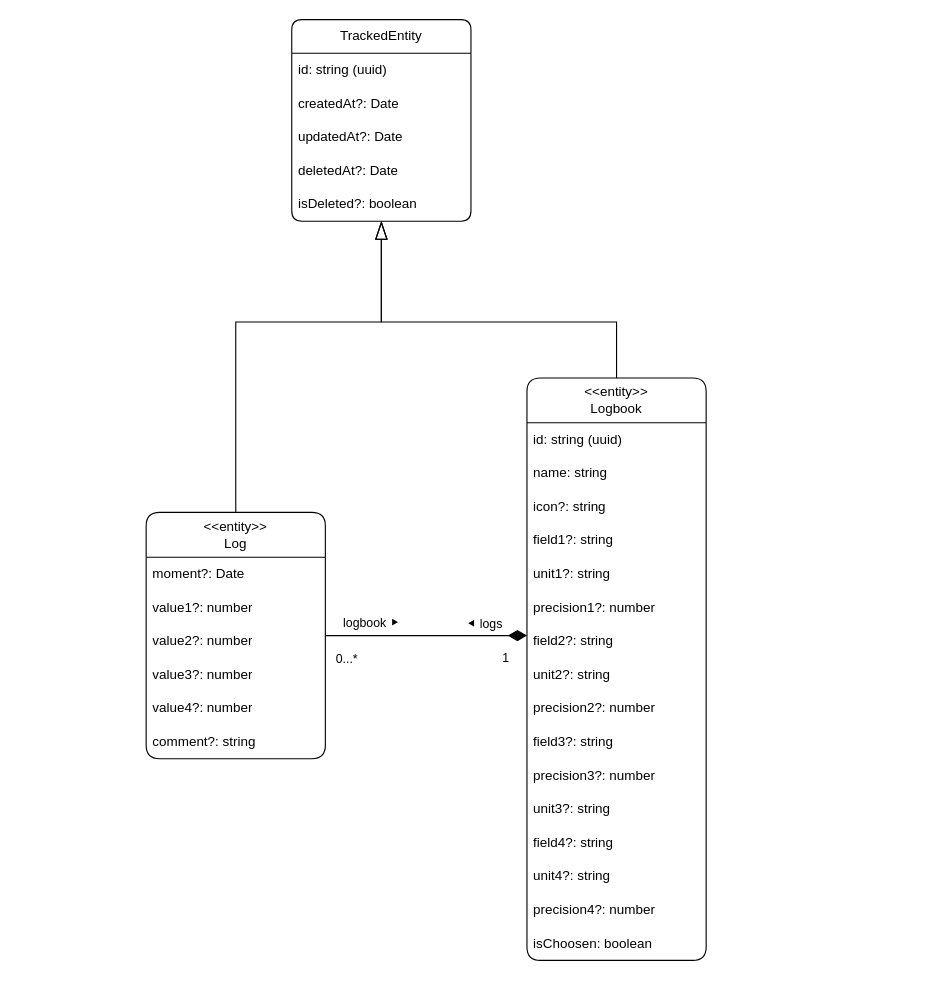
The draw.io diagram page "info-design-model-diagram" (1 of 5) of doc/mediko-diagrams.drawio in rafalhogent/mediko, before the edit. Source tidied: cells renumbered, new cells numbered last; positions are measured from the earlier drawing's top-left corner, leaving out a move shared by most shapes. Both pictures are drawn from the tidied source at 112%, with x=0, y=0 at pixel (146, 19).
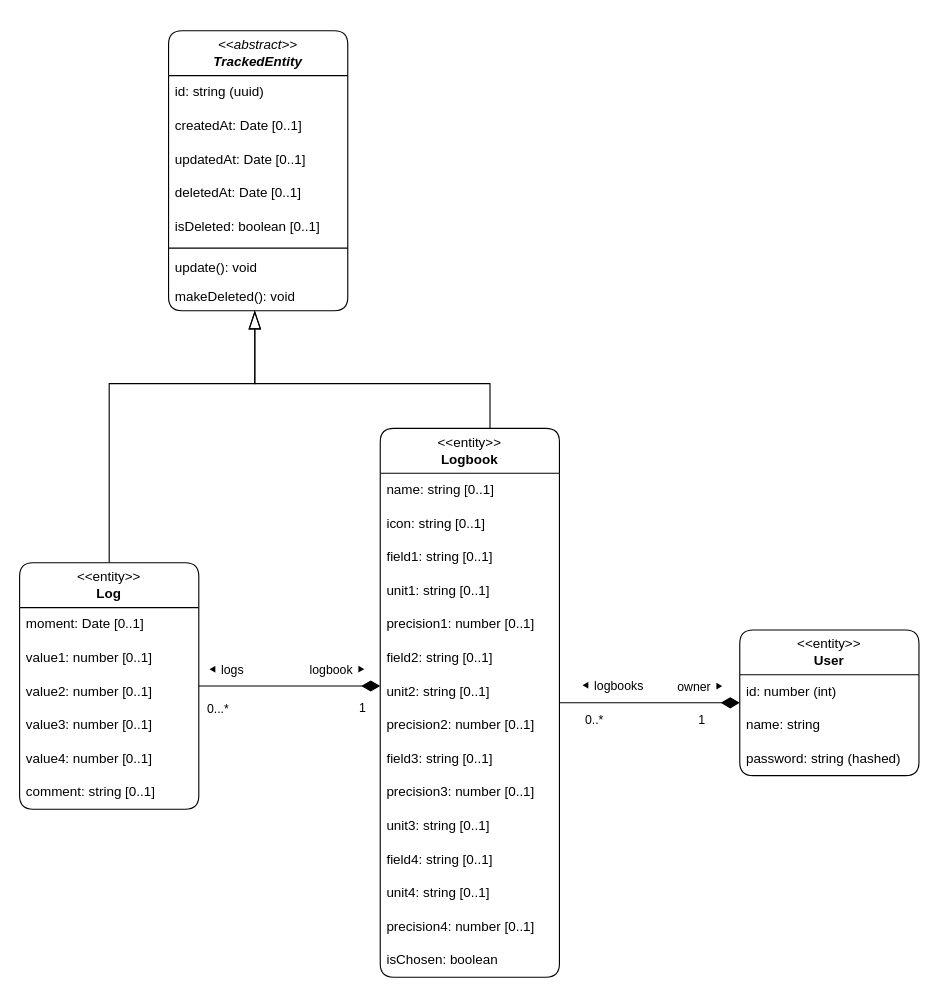
The same diagram, later.

What changed in the source:
```diff
@@
     <mxCell id="2" style="edgeStyle=orthogonalEdgeStyle;rounded=0;jettySize=auto;html=1;startArrow=diamondThin;startFill=1;endArrow=none;endFill=0;endSize=14;startSize=14;jumpStyle=arc;curved=0;" parent="1" edge="1" source="8" target="26">
       <mxGeometry relative="1" as="geometry">
         <Array as="points">
-          <mxPoint x="280" y="550" />
-          <mxPoint x="280" y="550" />
+          <mxPoint x="167" y="595" />
+          <mxPoint x="167" y="595" />
         </Array>
       </mxGeometry>
     </mxCell>
@@
     <mxCell id="5" value="logbook ⯈" style="edgeLabel;html=1;align=center;verticalAlign=middle;" parent="2" vertex="1">
       <mxGeometry x="0.56" y="-3" relative="1" as="geometry">
-        <mxPoint y="-9" as="offset" />
+        <mxPoint x="87" y="-12" as="offset" />
       </mxGeometry>
     </mxCell>
     <mxCell id="6" value="⯇ logs" style="edgeLabel;html=1;align=center;verticalAlign=middle;" parent="2" vertex="1">
       <mxGeometry x="-0.49" y="-2" relative="1" as="geometry">
-        <mxPoint x="7" y="-9" as="offset" />
+        <mxPoint x="-98" y="-13" as="offset" />
       </mxGeometry>
     </mxCell>
     <mxCell id="7" style="edgeStyle=orthogonalEdgeStyle;shape=connector;rounded=0;jumpStyle=arc;jettySize=auto;html=1;strokeColor=default;align=center;verticalAlign=middle;fontFamily=Helvetica;fontSize=11;fontColor=default;labelBackgroundColor=default;startArrow=blockThin;startFill=0;startSize=14;endArrow=none;endFill=0;endSize=14;curved=0;" parent="1" edge="1" source="33" target="8">
       <mxGeometry relative="1" as="geometry">
         <Array as="points">
-          <mxPoint x="210" y="270" />
-          <mxPoint x="420" y="270" />
+          <mxPoint x="97" y="325" />
+          <mxPoint x="307" y="325" />
         </Array>
       </mxGeometry>
     </mxCell>
+    <mxCell id="39" style="edgeStyle=orthogonalEdgeStyle;rounded=0;jettySize=auto;html=1;strokeColor=default;align=center;verticalAlign=middle;fontFamily=Helvetica;fontSize=11;fontColor=default;labelBackgroundColor=default;jumpStyle=arc;startArrow=diamondThin;startFill=1;startSize=14;endArrow=none;endFill=0;endSize=14;curved=0;" parent="1" edge="1" source="47" target="8">
+      <mxGeometry relative="1" as="geometry" />
+    </mxCell>
+    <mxCell id="40" value="⯇ logbooks" style="edgeLabel;html=1;align=center;verticalAlign=middle;" parent="39" vertex="1">
+      <mxGeometry x="-0.45" y="1" relative="1" as="geometry">
+        <mxPoint x="-71" y="-17" as="offset" />
+      </mxGeometry>
+    </mxCell>
+    <mxCell id="41" value="owner ⯈" style="edgeLabel;html=1;align=center;verticalAlign=middle;" parent="39" vertex="1">
+      <mxGeometry x="0.6" y="-1" relative="1" as="geometry">
+        <mxPoint x="93" y="-14" as="offset" />
+      </mxGeometry>
+    </mxCell>
+    <mxCell id="42" value="0..*" style="edgeLabel;html=1;align=center;verticalAlign=middle;" parent="39" vertex="1">
+      <mxGeometry x="0.63" relative="1" as="geometry">
+        <mxPoint y="14" as="offset" />
+      </mxGeometry>
+    </mxCell>
+    <mxCell id="43" value="1" style="edgeLabel;html=1;align=center;verticalAlign=middle;" parent="39" vertex="1">
+      <mxGeometry x="-0.57" relative="1" as="geometry">
+        <mxPoint y="14" as="offset" />
+      </mxGeometry>
+    </mxCell>
-    <mxCell id="8" value="&amp;lt;&amp;lt;entity&amp;gt;&amp;gt;&lt;br&gt;Logbook" style="swimlane;fontStyle=0;horizontal=1;startSize=40;whiteSpace=wrap;html=1;arcSize=10;comic=0;rounded=1;swimlaneLine=1;portConstraintRotation=0;" parent="1" vertex="1">
-      <mxGeometry x="340" y="320" width="160" height="520" as="geometry" />
+    <mxCell id="8" value="&amp;lt;&amp;lt;entity&amp;gt;&amp;gt;&lt;br&gt;&lt;b&gt;Logbook&lt;/b&gt;" style="swimlane;fontStyle=0;horizontal=1;startSize=40;whiteSpace=wrap;html=1;arcSize=10;comic=0;rounded=1;swimlaneLine=1;portConstraintRotation=0;" parent="1" vertex="1">
+      <mxGeometry x="209" y="365" width="160" height="490" as="geometry" />
     </mxCell>
-    <mxCell id="9" value="id: string (uuid)" style="text;strokeColor=none;fillColor=none;align=left;verticalAlign=middle;spacingLeft=4;spacingRight=4;overflow=hidden;whiteSpace=wrap;html=1;" parent="8" vertex="1">
-      <mxGeometry y="40" width="160" height="30" as="geometry" />
-    </mxCell>
-    <mxCell id="10" value="name: string" style="text;strokeColor=none;fillColor=none;align=left;verticalAlign=middle;spacingLeft=4;spacingRight=4;overflow=hidden;whiteSpace=wrap;html=1;" parent="8" vertex="1">
-      <mxGeometry y="70" width="160" height="30" as="geometry" />
+    <mxCell id="10" value="name: string [0..1]" style="text;strokeColor=none;fillColor=none;align=left;verticalAlign=middle;spacingLeft=4;spacingRight=4;overflow=hidden;whiteSpace=wrap;html=1;" parent="8" vertex="1">
+      <mxGeometry y="40" width="160" height="30" as="geometry" />
     </mxCell>
-    <mxCell id="11" value="icon?: string" style="text;strokeColor=none;fillColor=none;align=left;verticalAlign=middle;spacingLeft=4;spacingRight=4;overflow=hidden;whiteSpace=wrap;html=1;" parent="8" vertex="1">
-      <mxGeometry y="100" width="160" height="30" as="geometry" />
+    <mxCell id="11" value="icon: string [0..1]" style="text;strokeColor=none;fillColor=none;align=left;verticalAlign=middle;spacingLeft=4;spacingRight=4;overflow=hidden;whiteSpace=wrap;html=1;" parent="8" vertex="1">
+      <mxGeometry y="70" width="160" height="30" as="geometry" />
     </mxCell>
-    <mxCell id="12" value="field1?: string" style="text;strokeColor=none;fillColor=none;align=left;verticalAlign=middle;spacingLeft=4;spacingRight=4;overflow=hidden;whiteSpace=wrap;html=1;" parent="8" vertex="1">
-      <mxGeometry y="130" width="160" height="30" as="geometry" />
+    <mxCell id="12" value="field1: string [0..1]" style="text;strokeColor=none;fillColor=none;align=left;verticalAlign=middle;spacingLeft=4;spacingRight=4;overflow=hidden;whiteSpace=wrap;html=1;" parent="8" vertex="1">
+      <mxGeometry y="100" width="160" height="30" as="geometry" />
     </mxCell>
-    <mxCell id="13" value="unit1?: string" style="text;strokeColor=none;fillColor=none;align=left;verticalAlign=middle;spacingLeft=4;spacingRight=4;overflow=hidden;whiteSpace=wrap;html=1;" parent="8" vertex="1">
-      <mxGeometry y="160" width="160" height="30" as="geometry" />
+    <mxCell id="13" value="unit1: string [0..1]" style="text;strokeColor=none;fillColor=none;align=left;verticalAlign=middle;spacingLeft=4;spacingRight=4;overflow=hidden;whiteSpace=wrap;html=1;" parent="8" vertex="1">
+      <mxGeometry y="130" width="160" height="30" as="geometry" />
     </mxCell>
-    <mxCell id="14" value="precision1?: number" style="text;strokeColor=none;fillColor=none;align=left;verticalAlign=middle;spacingLeft=4;spacingRight=4;overflow=hidden;whiteSpace=wrap;html=1;" parent="8" vertex="1">
-      <mxGeometry y="190" width="160" height="30" as="geometry" />
+    <mxCell id="14" value="precision1: number [0..1]" style="text;strokeColor=none;fillColor=none;align=left;verticalAlign=middle;spacingLeft=4;spacingRight=4;overflow=hidden;whiteSpace=wrap;html=1;" parent="8" vertex="1">
+      <mxGeometry y="160" width="160" height="30" as="geometry" />
     </mxCell>
-    <mxCell id="15" value="field2?: string" style="text;strokeColor=none;fillColor=none;align=left;verticalAlign=middle;spacingLeft=4;spacingRight=4;overflow=hidden;whiteSpace=wrap;html=1;" parent="8" vertex="1">
-      <mxGeometry y="220" width="160" height="30" as="geometry" />
+    <mxCell id="15" value="field2: string [0..1]" style="text;strokeColor=none;fillColor=none;align=left;verticalAlign=middle;spacingLeft=4;spacingRight=4;overflow=hidden;whiteSpace=wrap;html=1;" parent="8" vertex="1">
+      <mxGeometry y="190" width="160" height="30" as="geometry" />
     </mxCell>
-    <mxCell id="16" value="unit2?: string" style="text;strokeColor=none;fillColor=none;align=left;verticalAlign=middle;spacingLeft=4;spacingRight=4;overflow=hidden;whiteSpace=wrap;html=1;" parent="8" vertex="1">
-      <mxGeometry y="250" width="160" height="30" as="geometry" />
+    <mxCell id="16" value="unit2: string [0..1]" style="text;strokeColor=none;fillColor=none;align=left;verticalAlign=middle;spacingLeft=4;spacingRight=4;overflow=hidden;whiteSpace=wrap;html=1;" parent="8" vertex="1">
+      <mxGeometry y="220" width="160" height="30" as="geometry" />
     </mxCell>
-    <mxCell id="17" value="precision2?: number" style="text;strokeColor=none;fillColor=none;align=left;verticalAlign=middle;spacingLeft=4;spacingRight=4;overflow=hidden;whiteSpace=wrap;html=1;" parent="8" vertex="1">
-      <mxGeometry y="280" width="160" height="30" as="geometry" />
+    <mxCell id="17" value="precision2: number [0..1]" style="text;strokeColor=none;fillColor=none;align=left;verticalAlign=middle;spacingLeft=4;spacingRight=4;overflow=hidden;whiteSpace=wrap;html=1;" parent="8" vertex="1">
+      <mxGeometry y="250" width="160" height="30" as="geometry" />
     </mxCell>
-    <mxCell id="18" value="field3?: string" style="text;strokeColor=none;fillColor=none;align=left;verticalAlign=middle;spacingLeft=4;spacingRight=4;overflow=hidden;whiteSpace=wrap;html=1;" parent="8" vertex="1">
-      <mxGeometry y="310" width="160" height="30" as="geometry" />
+    <mxCell id="18" value="field3: string [0..1]" style="text;strokeColor=none;fillColor=none;align=left;verticalAlign=middle;spacingLeft=4;spacingRight=4;overflow=hidden;whiteSpace=wrap;html=1;" parent="8" vertex="1">
+      <mxGeometry y="280" width="160" height="30" as="geometry" />
     </mxCell>
-    <mxCell id="19" value="precision3?: number" style="text;strokeColor=none;fillColor=none;align=left;verticalAlign=middle;spacingLeft=4;spacingRight=4;overflow=hidden;whiteSpace=wrap;html=1;" parent="8" vertex="1">
-      <mxGeometry y="340" width="160" height="30" as="geometry" />
+    <mxCell id="19" value="precision3: number [0..1]" style="text;strokeColor=none;fillColor=none;align=left;verticalAlign=middle;spacingLeft=4;spacingRight=4;overflow=hidden;whiteSpace=wrap;html=1;" parent="8" vertex="1">
+      <mxGeometry y="310" width="160" height="30" as="geometry" />
     </mxCell>
-    <mxCell id="20" value="unit3?: string" style="text;strokeColor=none;fillColor=none;align=left;verticalAlign=middle;spacingLeft=4;spacingRight=4;overflow=hidden;whiteSpace=wrap;html=1;" parent="8" vertex="1">
-      <mxGeometry y="370" width="160" height="30" as="geometry" />
+    <mxCell id="20" value="unit3: string [0..1]" style="text;strokeColor=none;fillColor=none;align=left;verticalAlign=middle;spacingLeft=4;spacingRight=4;overflow=hidden;whiteSpace=wrap;html=1;" parent="8" vertex="1">
+      <mxGeometry y="340" width="160" height="30" as="geometry" />
     </mxCell>
-    <mxCell id="21" value="field4?: string" style="text;strokeColor=none;fillColor=none;align=left;verticalAlign=middle;spacingLeft=4;spacingRight=4;overflow=hidden;whiteSpace=wrap;html=1;" parent="8" vertex="1">
-      <mxGeometry y="400" width="160" height="30" as="geometry" />
+    <mxCell id="21" value="field4: string&amp;nbsp;[0..1]" style="text;strokeColor=none;fillColor=none;align=left;verticalAlign=middle;spacingLeft=4;spacingRight=4;overflow=hidden;whiteSpace=wrap;html=1;" parent="8" vertex="1">
+      <mxGeometry y="370" width="160" height="30" as="geometry" />
     </mxCell>
-    <mxCell id="22" value="unit4?: string" style="text;strokeColor=none;fillColor=none;align=left;verticalAlign=middle;spacingLeft=4;spacingRight=4;overflow=hidden;whiteSpace=wrap;html=1;" parent="8" vertex="1">
-      <mxGeometry y="430" width="160" height="30" as="geometry" />
+    <mxCell id="22" value="unit4: string [0..1]" style="text;strokeColor=none;fillColor=none;align=left;verticalAlign=middle;spacingLeft=4;spacingRight=4;overflow=hidden;whiteSpace=wrap;html=1;" parent="8" vertex="1">
+      <mxGeometry y="400" width="160" height="30" as="geometry" />
     </mxCell>
-    <mxCell id="23" value="precision4?: number" style="text;strokeColor=none;fillColor=none;align=left;verticalAlign=middle;spacingLeft=4;spacingRight=4;overflow=hidden;whiteSpace=wrap;html=1;" parent="8" vertex="1">
-      <mxGeometry y="460" width="160" height="30" as="geometry" />
+    <mxCell id="23" value="precision4: number [0..1]" style="text;strokeColor=none;fillColor=none;align=left;verticalAlign=middle;spacingLeft=4;spacingRight=4;overflow=hidden;whiteSpace=wrap;html=1;" parent="8" vertex="1">
+      <mxGeometry y="430" width="160" height="30" as="geometry" />
     </mxCell>
-    <mxCell id="24" value="isChoosen: boolean" style="text;strokeColor=none;fillColor=none;align=left;verticalAlign=middle;spacingLeft=4;spacingRight=4;overflow=hidden;whiteSpace=wrap;html=1;" parent="8" vertex="1">
-      <mxGeometry y="490" width="160" height="30" as="geometry" />
+    <mxCell id="24" value="isChosen: boolean" style="text;strokeColor=none;fillColor=none;align=left;verticalAlign=middle;spacingLeft=4;spacingRight=4;overflow=hidden;whiteSpace=wrap;html=1;" parent="8" vertex="1">
+      <mxGeometry y="460" width="160" height="30" as="geometry" />
     </mxCell>
     <mxCell id="25" style="edgeStyle=orthogonalEdgeStyle;rounded=0;jettySize=auto;html=1;strokeColor=default;align=center;verticalAlign=middle;fontFamily=Helvetica;fontSize=11;fontColor=default;labelBackgroundColor=default;startArrow=blockThin;startFill=0;startSize=14;endArrow=none;endFill=0;endSize=14;jumpStyle=arc;curved=0;" parent="1" edge="1" source="33" target="26">
       <mxGeometry relative="1" as="geometry">
         <Array as="points">
-          <mxPoint x="210" y="270" />
-          <mxPoint x="80" y="270" />
+          <mxPoint x="97" y="325" />
+          <mxPoint x="-33" y="325" />
         </Array>
       </mxGeometry>
     </mxCell>
-    <mxCell id="26" value="&amp;lt;&amp;lt;entity&amp;gt;&amp;gt;&lt;br&gt;Log" style="swimlane;fontStyle=0;horizontal=1;startSize=40;whiteSpace=wrap;html=1;arcSize=10;comic=0;rounded=1;" parent="1" vertex="1">
-      <mxGeometry y="440" width="160" height="220" as="geometry" />
+    <mxCell id="26" value="&amp;lt;&amp;lt;entity&amp;gt;&amp;gt;&lt;br&gt;&lt;b&gt;Log&lt;/b&gt;" style="swimlane;fontStyle=0;horizontal=1;startSize=40;whiteSpace=wrap;html=1;arcSize=10;comic=0;rounded=1;" parent="1" vertex="1">
+      <mxGeometry x="-113" y="485" width="160" height="220" as="geometry" />
     </mxCell>
-    <mxCell id="27" value="moment?: Date" style="text;strokeColor=none;fillColor=none;align=left;verticalAlign=middle;spacingLeft=4;spacingRight=4;overflow=hidden;whiteSpace=wrap;html=1;" parent="26" vertex="1">
+    <mxCell id="27" value="moment: Date [0..1]" style="text;strokeColor=none;fillColor=none;align=left;verticalAlign=middle;spacingLeft=4;spacingRight=4;overflow=hidden;whiteSpace=wrap;html=1;" parent="26" vertex="1">
       <mxGeometry y="40" width="160" height="30" as="geometry" />
     </mxCell>
-    <mxCell id="28" value="value1?: number" style="text;strokeColor=none;fillColor=none;align=left;verticalAlign=middle;spacingLeft=4;spacingRight=4;overflow=hidden;whiteSpace=wrap;html=1;" parent="26" vertex="1">
+    <mxCell id="28" value="value1: number&amp;nbsp;[0..1]" style="text;strokeColor=none;fillColor=none;align=left;verticalAlign=middle;spacingLeft=4;spacingRight=4;overflow=hidden;whiteSpace=wrap;html=1;" parent="26" vertex="1">
       <mxGeometry y="70" width="160" height="30" as="geometry" />
     </mxCell>
-    <mxCell id="29" value="value2?: number" style="text;strokeColor=none;fillColor=none;align=left;verticalAlign=middle;spacingLeft=4;spacingRight=4;overflow=hidden;whiteSpace=wrap;html=1;" parent="26" vertex="1">
+    <mxCell id="29" value="value2: number&amp;nbsp;[0..1]" style="text;strokeColor=none;fillColor=none;align=left;verticalAlign=middle;spacingLeft=4;spacingRight=4;overflow=hidden;whiteSpace=wrap;html=1;" parent="26" vertex="1">
       <mxGeometry y="100" width="160" height="30" as="geometry" />
     </mxCell>
-    <mxCell id="30" value="value3?: number" style="text;strokeColor=none;fillColor=none;align=left;verticalAlign=middle;spacingLeft=4;spacingRight=4;overflow=hidden;whiteSpace=wrap;html=1;" parent="26" vertex="1">
+    <mxCell id="30" value="value3: number&amp;nbsp;[0..1]" style="text;strokeColor=none;fillColor=none;align=left;verticalAlign=middle;spacingLeft=4;spacingRight=4;overflow=hidden;whiteSpace=wrap;html=1;" parent="26" vertex="1">
       <mxGeometry y="130" width="160" height="30" as="geometry" />
     </mxCell>
-    <mxCell id="31" value="value4?: number" style="text;strokeColor=none;fillColor=none;align=left;verticalAlign=middle;spacingLeft=4;spacingRight=4;overflow=hidden;whiteSpace=wrap;html=1;" parent="26" vertex="1">
+    <mxCell id="31" value="value4: number&amp;nbsp;[0..1]" style="text;strokeColor=none;fillColor=none;align=left;verticalAlign=middle;spacingLeft=4;spacingRight=4;overflow=hidden;whiteSpace=wrap;html=1;" parent="26" vertex="1">
       <mxGeometry y="160" width="160" height="30" as="geometry" />
     </mxCell>
-    <mxCell id="32" value="comment?: string" style="text;strokeColor=none;fillColor=none;align=left;verticalAlign=middle;spacingLeft=4;spacingRight=4;overflow=hidden;whiteSpace=wrap;html=1;" parent="26" vertex="1">
+    <mxCell id="32" value="comment: string&amp;nbsp;[0..1]" style="text;strokeColor=none;fillColor=none;align=left;verticalAlign=middle;spacingLeft=4;spacingRight=4;overflow=hidden;whiteSpace=wrap;html=1;" parent="26" vertex="1">
       <mxGeometry y="190" width="160" height="30" as="geometry" />
     </mxCell>
-    <mxCell id="33" value="TrackedEntity" style="swimlane;fontStyle=0;horizontal=1;startSize=30;whiteSpace=wrap;html=1;arcSize=10;comic=0;rounded=1;" parent="1" vertex="1">
-      <mxGeometry x="130" width="160" height="180" as="geometry" />
+    <mxCell id="33" value="&lt;i&gt;&amp;lt;&amp;lt;abstract&amp;gt;&amp;gt;&lt;br&gt;&lt;b&gt;TrackedEntity&lt;/b&gt;&lt;/i&gt;" style="swimlane;fontStyle=0;horizontal=1;startSize=40;whiteSpace=wrap;html=1;arcSize=10;comic=0;rounded=1;" parent="1" vertex="1">
+      <mxGeometry x="20" y="10" width="160" height="250" as="geometry" />
     </mxCell>
     <mxCell id="34" value="id: string (uuid)" style="text;strokeColor=none;fillColor=none;align=left;verticalAlign=middle;spacingLeft=4;spacingRight=4;overflow=hidden;whiteSpace=wrap;html=1;" parent="33" vertex="1">
-      <mxGeometry y="30" width="160" height="30" as="geometry" />
+      <mxGeometry y="40" width="160" height="30" as="geometry" />
     </mxCell>
-    <mxCell id="35" value="createdAt?: Date" style="text;strokeColor=none;fillColor=none;align=left;verticalAlign=middle;spacingLeft=4;spacingRight=4;overflow=hidden;whiteSpace=wrap;html=1;" parent="33" vertex="1">
-      <mxGeometry y="60" width="160" height="30" as="geometry" />
+    <mxCell id="35" value="createdAt: Date [0..1]" style="text;strokeColor=none;fillColor=none;align=left;verticalAlign=middle;spacingLeft=4;spacingRight=4;overflow=hidden;whiteSpace=wrap;html=1;" parent="33" vertex="1">
+      <mxGeometry y="70" width="160" height="30" as="geometry" />
     </mxCell>
-    <mxCell id="36" value="updatedAt?: Date" style="text;strokeColor=none;fillColor=none;align=left;verticalAlign=middle;spacingLeft=4;spacingRight=4;overflow=hidden;whiteSpace=wrap;html=1;" parent="33" vertex="1">
-      <mxGeometry y="90" width="160" height="30" as="geometry" />
+    <mxCell id="36" value="updatedAt: Date [0..1]" style="text;strokeColor=none;fillColor=none;align=left;verticalAlign=middle;spacingLeft=4;spacingRight=4;overflow=hidden;whiteSpace=wrap;html=1;" parent="33" vertex="1">
+      <mxGeometry y="100" width="160" height="30" as="geometry" />
     </mxCell>
-    <mxCell id="37" value="deletedAt?: Date" style="text;strokeColor=none;fillColor=none;align=left;verticalAlign=middle;spacingLeft=4;spacingRight=4;overflow=hidden;whiteSpace=wrap;html=1;" parent="33" vertex="1">
-      <mxGeometry y="120" width="160" height="30" as="geometry" />
+    <mxCell id="37" value="deletedAt: Date [0..1]" style="text;strokeColor=none;fillColor=none;align=left;verticalAlign=middle;spacingLeft=4;spacingRight=4;overflow=hidden;whiteSpace=wrap;html=1;" parent="33" vertex="1">
+      <mxGeometry y="130" width="160" height="30" as="geometry" />
     </mxCell>
-    <mxCell id="38" value="isDeleted?: boolean" style="text;strokeColor=none;fillColor=none;align=left;verticalAlign=middle;spacingLeft=4;spacingRight=4;overflow=hidden;whiteSpace=wrap;html=1;" parent="33" vertex="1">
-      <mxGeometry y="150" width="160" height="30" as="geometry" />
+    <mxCell id="38" value="isDeleted: boolean [0..1]" style="text;strokeColor=none;fillColor=none;align=left;verticalAlign=middle;spacingLeft=4;spacingRight=4;overflow=hidden;whiteSpace=wrap;html=1;" parent="33" vertex="1">
+      <mxGeometry y="160" width="160" height="30" as="geometry" />
     </mxCell>
+    <mxCell id="44" style="line;strokeWidth=1;fillColor=none;align=left;verticalAlign=middle;spacingTop=-1;spacingLeft=3;spacingRight=3;labelPosition=right;strokeColor=inherit;" parent="33" vertex="1">
+      <mxGeometry y="190" width="160" height="8" as="geometry" />
+    </mxCell>
+    <mxCell id="45" value="update(): void" style="text;strokeColor=none;fillColor=none;align=left;verticalAlign=top;spacingLeft=4;spacingRight=4;overflow=hidden;whiteSpace=wrap;html=1;" parent="33" vertex="1">
+      <mxGeometry y="198" width="160" height="26" as="geometry" />
+    </mxCell>
+    <mxCell id="46" value="makeDeleted(): void" style="text;strokeColor=none;fillColor=none;align=left;verticalAlign=top;spacingLeft=4;spacingRight=4;overflow=hidden;whiteSpace=wrap;html=1;" parent="33" vertex="1">
+      <mxGeometry y="224" width="160" height="26" as="geometry" />
+    </mxCell>
+    <mxCell id="47" value="&amp;lt;&amp;lt;entity&amp;gt;&amp;gt;&lt;br&gt;&lt;b&gt;User&lt;/b&gt;" style="swimlane;fontStyle=0;horizontal=1;startSize=40;whiteSpace=wrap;html=1;arcSize=10;comic=0;rounded=1;swimlaneLine=1;portConstraintRotation=0;" parent="1" vertex="1">
+      <mxGeometry x="530" y="545" width="160" height="130" as="geometry" />
+    </mxCell>
+    <mxCell id="48" value="id: number (int)" style="text;strokeColor=none;fillColor=none;align=left;verticalAlign=middle;spacingLeft=4;spacingRight=4;overflow=hidden;whiteSpace=wrap;html=1;" parent="47" vertex="1">
+      <mxGeometry y="40" width="160" height="30" as="geometry" />
+    </mxCell>
+    <mxCell id="49" value="name: string" style="text;strokeColor=none;fillColor=none;align=left;verticalAlign=middle;spacingLeft=4;spacingRight=4;overflow=hidden;whiteSpace=wrap;html=1;" parent="47" vertex="1">
+      <mxGeometry y="70" width="160" height="30" as="geometry" />
+    </mxCell>
+    <mxCell id="50" value="password: string (hashed)" style="text;strokeColor=none;fillColor=none;align=left;verticalAlign=middle;spacingLeft=4;spacingRight=4;overflow=hidden;whiteSpace=wrap;html=1;" parent="47" vertex="1">
+      <mxGeometry y="100" width="160" height="30" as="geometry" />
+    </mxCell>
```
